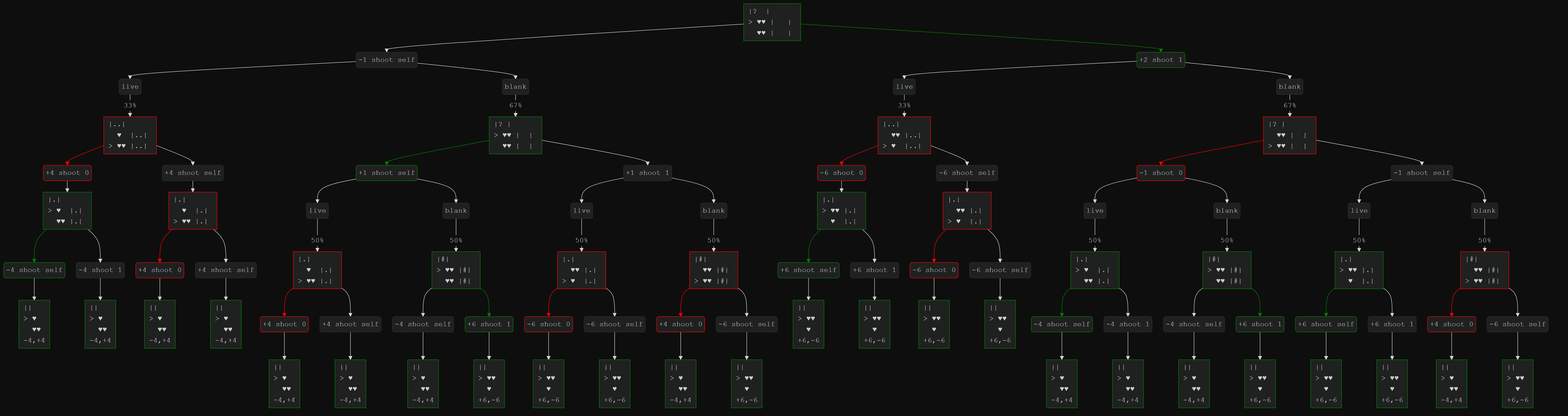
Before: output.png, a diagram exported from Mermaid (pingbird/buckshot). Its source is kept beside it as output.mmd.
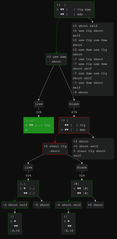
Above is the later version.

The edit, as a diff of the source:
```diff
@@ -12,251 +12,60 @@
     padding: 5
 ---
 graph TD;
-  n0["|?&nbsp;&nbsp;|&nbsp;<br>>&nbsp;♥♥&nbsp;|&nbsp;&nbsp;&nbsp;|&nbsp;<br>&nbsp;&nbsp;♥♥&nbsp;|&nbsp;&nbsp;&nbsp;|&nbsp;<br>"]
+  n0["|?&nbsp;&nbsp;|&nbsp;<br>>&nbsp;♥♥&nbsp;|&nbsp;&nbsp;&nbsp;|&nbsp;Cig&nbsp;Saw&nbsp;<br>&nbsp;&nbsp;♥♥&nbsp;|&nbsp;&nbsp;&nbsp;|&nbsp;Adr&nbsp;<br>"]
   style n0 text-align:left,stroke:green;
-  d0-0("-1 shoot self")
-  n0 --> d0-0
-  p0-0-0(" live")
-  d0-0 --> p0-0-0
-  p0-0-0 -->|"33%"| n1
-  p0-0-1(" blank")
-  d0-0 --> p0-0-1
-  p0-0-1 -->|"67%"| n8
-  d0-1("+2 shoot 1")
-  n0 --> d0-1
-  style d0-1 stroke: green
-  linkStyle 5 stroke: green;
-  p0-1-0(" live")
-  d0-1 --> p0-1-0
-  p0-1-0 -->|"33%"| n21
-  p0-1-1(" blank")
-  d0-1 --> p0-1-1
-  p0-1-1 -->|"67%"| n28
-  n1["|..|&nbsp;<br>&nbsp;&nbsp;♥&nbsp;&nbsp;|..|&nbsp;<br>>&nbsp;♥♥&nbsp;|..|&nbsp;<br>"]
-  style n1 text-align:left,stroke:red;
-  d1-0("+4 shoot 0")
-  n1 --> d1-0
-  style d1-0 stroke: red
-  linkStyle 10 stroke: red;
-  d1-0 --> n2
-  d1-1("+4 shoot self")
-  n1 --> d1-1
-  d1-1 --> n5
-  n2["|.|&nbsp;<br>>&nbsp;♥&nbsp;&nbsp;|.|&nbsp;<br>&nbsp;&nbsp;♥♥&nbsp;|.|&nbsp;<br>"]
-  style n2 text-align:left,stroke:green;
-  d2-0("-4 shoot self")
-  n2 --> d2-0
-  style d2-0 stroke: green
-  linkStyle 14 stroke: green;
-  d2-0 --> n3
-  d2-1("-4 shoot 1")
-  n2 --> d2-1
-  d2-1 --> n4
-  n3["||&nbsp;<br>>&nbsp;♥&nbsp;&nbsp;<br>&nbsp;&nbsp;♥♥&nbsp;<br>-4,+4"]
-  style n3 text-align:left,stroke:green;
-  n4["||&nbsp;<br>>&nbsp;♥&nbsp;&nbsp;<br>&nbsp;&nbsp;♥♥&nbsp;<br>-4,+4"]
-  style n4 text-align:left,stroke:green;
-  n5["|.|&nbsp;<br>&nbsp;&nbsp;♥&nbsp;&nbsp;|.|&nbsp;<br>>&nbsp;♥♥&nbsp;|.|&nbsp;<br>"]
-  style n5 text-align:left,stroke:red;
-  d5-0("+4 shoot 0")
-  n5 --> d5-0
-  style d5-0 stroke: red
-  linkStyle 18 stroke: red;
-  d5-0 --> n6
-  d5-1("+4 shoot self")
-  n5 --> d5-1
-  d5-1 --> n7
-  n6["||&nbsp;<br>>&nbsp;♥&nbsp;&nbsp;<br>&nbsp;&nbsp;♥♥&nbsp;<br>-4,+4"]
-  style n6 text-align:left,stroke:green;
-  n7["||&nbsp;<br>>&nbsp;♥&nbsp;&nbsp;<br>&nbsp;&nbsp;♥♥&nbsp;<br>-4,+4"]
-  style n7 text-align:left,stroke:green;
-  n8["|?&nbsp;|&nbsp;<br>>&nbsp;♥♥&nbsp;|&nbsp;&nbsp;|&nbsp;<br>&nbsp;&nbsp;♥♥&nbsp;|&nbsp;&nbsp;|&nbsp;<br>"]
-  style n8 text-align:left,stroke:green;
-  d8-0("+1 shoot self")
-  n8 --> d8-0
-  style d8-0 stroke: green
-  linkStyle 22 stroke: green;
-  p8-0-0(" live")
-  d8-0 --> p8-0-0
-  p8-0-0 -->|"50%"| n9
-  p8-0-1(" blank")
-  d8-0 --> p8-0-1
-  p8-0-1 -->|"50%"| n12
-  d8-1("+1 shoot 1")
-  n8 --> d8-1
-  p8-1-0(" live")
-  d8-1 --> p8-1-0
-  p8-1-0 -->|"50%"| n15
-  p8-1-1(" blank")
-  d8-1 --> p8-1-1
-  p8-1-1 -->|"50%"| n18
-  n9["|.|&nbsp;<br>&nbsp;&nbsp;♥&nbsp;&nbsp;|.|&nbsp;<br>>&nbsp;♥♥&nbsp;|.|&nbsp;<br>"]
-  style n9 text-align:left,stroke:red;
-  d9-0("+4 shoot 0")
-  n9 --> d9-0
-  style d9-0 stroke: red
-  linkStyle 32 stroke: red;
-  d9-0 --> n10
-  d9-1("+4 shoot self")
-  n9 --> d9-1
-  d9-1 --> n11
-  n10["||&nbsp;<br>>&nbsp;♥&nbsp;&nbsp;<br>&nbsp;&nbsp;♥♥&nbsp;<br>-4,+4"]
-  style n10 text-align:left,stroke:green;
-  n11["||&nbsp;<br>>&nbsp;♥&nbsp;&nbsp;<br>&nbsp;&nbsp;♥♥&nbsp;<br>-4,+4"]
-  style n11 text-align:left,stroke:green;
-  n12["|#|&nbsp;<br>>&nbsp;♥♥&nbsp;|#|&nbsp;<br>&nbsp;&nbsp;♥♥&nbsp;|#|&nbsp;<br>"]
-  style n12 text-align:left,stroke:green;
-  d12-0("-4 shoot self")
-  n12 --> d12-0
-  d12-0 --> n13
-  d12-1("+6 shoot 1")
-  n12 --> d12-1
-  style d12-1 stroke: green
-  linkStyle 38 stroke: green;
-  d12-1 --> n14
-  n13["||&nbsp;<br>>&nbsp;♥&nbsp;&nbsp;<br>&nbsp;&nbsp;♥♥&nbsp;<br>-4,+4"]
-  style n13 text-align:left,stroke:green;
-  n14["||&nbsp;<br>>&nbsp;♥♥&nbsp;<br>&nbsp;&nbsp;♥&nbsp;&nbsp;<br>+6,-6"]
-  style n14 text-align:left,stroke:green;
-  n15["|.|&nbsp;<br>&nbsp;&nbsp;♥♥&nbsp;|.|&nbsp;<br>>&nbsp;♥&nbsp;&nbsp;|.|&nbsp;<br>"]
-  style n15 text-align:left,stroke:red;
-  d15-0("-6 shoot 0")
-  n15 --> d15-0
-  style d15-0 stroke: red
-  linkStyle 40 stroke: red;
-  d15-0 --> n16
-  d15-1("-6 shoot self")
-  n15 --> d15-1
-  d15-1 --> n17
-  n16["||&nbsp;<br>>&nbsp;♥♥&nbsp;<br>&nbsp;&nbsp;♥&nbsp;&nbsp;<br>+6,-6"]
-  style n16 text-align:left,stroke:green;
-  n17["||&nbsp;<br>>&nbsp;♥♥&nbsp;<br>&nbsp;&nbsp;♥&nbsp;&nbsp;<br>+6,-6"]
-  style n17 text-align:left,stroke:green;
-  n18["|#|&nbsp;<br>&nbsp;&nbsp;♥♥&nbsp;|#|&nbsp;<br>>&nbsp;♥♥&nbsp;|#|&nbsp;<br>"]
-  style n18 text-align:left,stroke:red;
-  d18-0("+4 shoot 0")
-  n18 --> d18-0
-  style d18-0 stroke: red
-  linkStyle 44 stroke: red;
-  d18-0 --> n19
-  d18-1("-6 shoot self")
-  n18 --> d18-1
-  d18-1 --> n20
-  n19["||&nbsp;<br>>&nbsp;♥&nbsp;&nbsp;<br>&nbsp;&nbsp;♥♥&nbsp;<br>-4,+4"]
-  style n19 text-align:left,stroke:green;
-  n20["||&nbsp;<br>>&nbsp;♥♥&nbsp;<br>&nbsp;&nbsp;♥&nbsp;&nbsp;<br>+6,-6"]
-  style n20 text-align:left,stroke:green;
-  n21["|..|&nbsp;<br>&nbsp;&nbsp;♥♥&nbsp;|..|&nbsp;<br>>&nbsp;♥&nbsp;&nbsp;|..|&nbsp;<br>"]
-  style n21 text-align:left,stroke:red;
-  d21-0("-6 shoot 0")
-  n21 --> d21-0
-  style d21-0 stroke: red
-  linkStyle 48 stroke: red;
-  d21-0 --> n22
-  d21-1("-6 shoot self")
-  n21 --> d21-1
-  d21-1 --> n25
-  n22["|.|&nbsp;<br>>&nbsp;♥♥&nbsp;|.|&nbsp;<br>&nbsp;&nbsp;♥&nbsp;&nbsp;|.|&nbsp;<br>"]
-  style n22 text-align:left,stroke:green;
-  d22-0("+6 shoot self")
-  n22 --> d22-0
-  style d22-0 stroke: green
-  linkStyle 52 stroke: green;
-  d22-0 --> n23
-  d22-1("+6 shoot 1")
-  n22 --> d22-1
-  d22-1 --> n24
-  n23["||&nbsp;<br>>&nbsp;♥♥&nbsp;<br>&nbsp;&nbsp;♥&nbsp;&nbsp;<br>+6,-6"]
-  style n23 text-align:left,stroke:green;
-  n24["||&nbsp;<br>>&nbsp;♥♥&nbsp;<br>&nbsp;&nbsp;♥&nbsp;&nbsp;<br>+6,-6"]
-  style n24 text-align:left,stroke:green;
-  n25["|.|&nbsp;<br>&nbsp;&nbsp;♥♥&nbsp;|.|&nbsp;<br>>&nbsp;♥&nbsp;&nbsp;|.|&nbsp;<br>"]
-  style n25 text-align:left,stroke:red;
-  d25-0("-6 shoot 0")
-  n25 --> d25-0
-  style d25-0 stroke: red
-  linkStyle 56 stroke: red;
-  d25-0 --> n26
-  d25-1("-6 shoot self")
-  n25 --> d25-1
-  d25-1 --> n27
-  n26["||&nbsp;<br>>&nbsp;♥♥&nbsp;<br>&nbsp;&nbsp;♥&nbsp;&nbsp;<br>+6,-6"]
-  style n26 text-align:left,stroke:green;
-  n27["||&nbsp;<br>>&nbsp;♥♥&nbsp;<br>&nbsp;&nbsp;♥&nbsp;&nbsp;<br>+6,-6"]
-  style n27 text-align:left,stroke:green;
-  n28["|?&nbsp;|&nbsp;<br>&nbsp;&nbsp;♥♥&nbsp;|&nbsp;&nbsp;|&nbsp;<br>>&nbsp;♥♥&nbsp;|&nbsp;&nbsp;|&nbsp;<br>"]
-  style n28 text-align:left,stroke:red;
-  d28-0("-1 shoot 0")
-  n28 --> d28-0
-  style d28-0 stroke: red
-  linkStyle 60 stroke: red;
-  p28-0-0(" live")
-  d28-0 --> p28-0-0
-  p28-0-0 -->|"50%"| n29
-  p28-0-1(" blank")
-  d28-0 --> p28-0-1
-  p28-0-1 -->|"50%"| n32
-  d28-1("-1 shoot self")
-  n28 --> d28-1
-  p28-1-0(" live")
-  d28-1 --> p28-1-0
-  p28-1-0 -->|"50%"| n35
-  p28-1-1(" blank")
-  d28-1 --> p28-1-1
-  p28-1-1 -->|"50%"| n38
-  n29["|.|&nbsp;<br>>&nbsp;♥&nbsp;&nbsp;|.|&nbsp;<br>&nbsp;&nbsp;♥♥&nbsp;|.|&nbsp;<br>"]
-  style n29 text-align:left,stroke:green;
-  d29-0("-4 shoot self")
-  n29 --> d29-0
-  style d29-0 stroke: green
-  linkStyle 70 stroke: green;
-  d29-0 --> n30
-  d29-1("-4 shoot 1")
-  n29 --> d29-1
-  d29-1 --> n31
-  n30["||&nbsp;<br>>&nbsp;♥&nbsp;&nbsp;<br>&nbsp;&nbsp;♥♥&nbsp;<br>-4,+4"]
-  style n30 text-align:left,stroke:green;
-  n31["||&nbsp;<br>>&nbsp;♥&nbsp;&nbsp;<br>&nbsp;&nbsp;♥♥&nbsp;<br>-4,+4"]
-  style n31 text-align:left,stroke:green;
-  n32["|#|&nbsp;<br>>&nbsp;♥♥&nbsp;|#|&nbsp;<br>&nbsp;&nbsp;♥♥&nbsp;|#|&nbsp;<br>"]
-  style n32 text-align:left,stroke:green;
-  d32-0("-4 shoot self")
-  n32 --> d32-0
-  d32-0 --> n33
-  d32-1("+6 shoot 1")
-  n32 --> d32-1
-  style d32-1 stroke: green
-  linkStyle 76 stroke: green;
-  d32-1 --> n34
-  n33["||&nbsp;<br>>&nbsp;♥&nbsp;&nbsp;<br>&nbsp;&nbsp;♥♥&nbsp;<br>-4,+4"]
-  style n33 text-align:left,stroke:green;
-  n34["||&nbsp;<br>>&nbsp;♥♥&nbsp;<br>&nbsp;&nbsp;♥&nbsp;&nbsp;<br>+6,-6"]
-  style n34 text-align:left,stroke:green;
-  n35["|.|&nbsp;<br>>&nbsp;♥♥&nbsp;|.|&nbsp;<br>&nbsp;&nbsp;♥&nbsp;&nbsp;|.|&nbsp;<br>"]
-  style n35 text-align:left,stroke:green;
-  d35-0("+6 shoot self")
-  n35 --> d35-0
-  style d35-0 stroke: green
-  linkStyle 78 stroke: green;
-  d35-0 --> n36
-  d35-1("+6 shoot 1")
-  n35 --> d35-1
-  d35-1 --> n37
-  n36["||&nbsp;<br>>&nbsp;♥♥&nbsp;<br>&nbsp;&nbsp;♥&nbsp;&nbsp;<br>+6,-6"]
-  style n36 text-align:left,stroke:green;
-  n37["||&nbsp;<br>>&nbsp;♥♥&nbsp;<br>&nbsp;&nbsp;♥&nbsp;&nbsp;<br>+6,-6"]
-  style n37 text-align:left,stroke:green;
-  n38["|#|&nbsp;<br>&nbsp;&nbsp;♥♥&nbsp;|#|&nbsp;<br>>&nbsp;♥♥&nbsp;|#|&nbsp;<br>"]
-  style n38 text-align:left,stroke:red;
-  d38-0("+4 shoot 0")
-  n38 --> d38-0
-  style d38-0 stroke: red
-  linkStyle 82 stroke: red;
-  d38-0 --> n39
-  d38-1("-6 shoot self")
-  n38 --> d38-1
-  d38-1 --> n40
-  n39["||&nbsp;<br>>&nbsp;♥&nbsp;&nbsp;<br>&nbsp;&nbsp;♥♥&nbsp;<br>-4,+4"]
-  style n39 text-align:left,stroke:green;
-  n40["||&nbsp;<br>>&nbsp;♥♥&nbsp;<br>&nbsp;&nbsp;♥&nbsp;&nbsp;<br>+6,-6"]
-  style n40 text-align:left,stroke:green;
+  d0-7("+3 use Saw<br>shoot")
+  n0 --> d0-7
+  style d0-7 stroke: green
+  linkStyle 0 stroke: green;
+  p0-7-0(" live")
+  d0-7 --> p0-7-0
+  p0-7-0 -->|"33%"| n179
+  p0-7-1(" blank")
+  d0-7 --> p0-7-1
+  p0-7-1 -->|"67%"| n180
+  h0("+3 shoot self<br>+3 use Cig shoot self<br>+3 use Cig use Saw shoot<br>+3 use Saw use Cig shoot<br>-7 use Cig shoot<br>-7 use Cig use Saw shoot self<br>-7 use Saw use Cig shoot self<br>-7 use Saw shoot self<br>-9 shoot")
+  n0 --> h0
+  style h0 text-align:left
+  n179["|..|&nbsp;<br>>&nbsp;♥♥&nbsp;|..|&nbsp;Cig&nbsp;<br>X&nbsp;&nbsp;&nbsp;&nbsp;<br>"]
+  style n179 text-align:left,stroke:green;
+  style n179 fill:#1f9020
+  n180["|?&nbsp;|&nbsp;<br>&nbsp;&nbsp;♥♥&nbsp;|&nbsp;&nbsp;|&nbsp;Cig&nbsp;<br>>&nbsp;♥♥&nbsp;|&nbsp;&nbsp;|&nbsp;Adr&nbsp;<br>"]
+  style n180 text-align:left,stroke:red;
+  d180-0("+6 steal Cig<br>shoot")
+  n180 --> d180-0
+  style d180-0 stroke: red
+  linkStyle 6 stroke: red;
+  p180-0-0(" live")
+  d180-0 --> p180-0-0
+  p180-0-0 -->|"50%"| n181
+  p180-0-1(" blank")
+  d180-0 --> p180-0-1
+  p180-0-1 -->|"50%"| n184
+  h180("+3 shoot<br>+0 shoot self<br>0 steal Cig shoot self")
+  n180 --> h180
+  style h180 text-align:left
+  n181["|.|&nbsp;<br>>&nbsp;♥&nbsp;&nbsp;|.|&nbsp;<br>&nbsp;&nbsp;♥♥&nbsp;|.|&nbsp;<br>"]
+  style n181 text-align:left,stroke:green;
+  d181-0("-6 shoot self")
+  n181 --> d181-0
+  style d181-0 stroke: green
+  linkStyle 12 stroke: green;
+  d181-0 --> n182
+  h181("-6 shoot")
+  n181 --> h181
+  style h181 text-align:left
+  n182["||&nbsp;<br>>&nbsp;♥&nbsp;&nbsp;<br>&nbsp;&nbsp;♥♥&nbsp;<br>-6,+6"]
+  style n182 text-align:left,stroke:green;
+  n184["|#|&nbsp;<br>>&nbsp;♥♥&nbsp;|#|&nbsp;<br>&nbsp;&nbsp;♥♥&nbsp;|#|&nbsp;<br>"]
+  style n184 text-align:left,stroke:green;
+  d184-0("-6 shoot self")
+  n184 --> d184-0
+  style d184-0 stroke: green
+  linkStyle 15 stroke: green;
+  d184-0 --> n185
+  h184("+6 shoot")
+  n184 --> h184
+  style h184 text-align:left
+  n185["||&nbsp;<br>>&nbsp;♥&nbsp;&nbsp;<br>&nbsp;&nbsp;♥♥&nbsp;<br>-6,+6"]
+  style n185 text-align:left,stroke:green;
```
